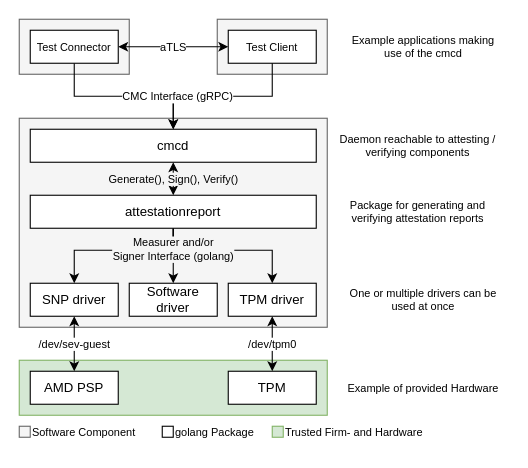
This is doc/architecture.drawio from Fraunhofer-AISEC/cmc, a draw.io file, before an edit. Source tidied: cells renumbered, new cells numbered last; positions are measured from the earlier drawing's top-left corner, leaving out a move shared by most shapes. Both pictures are drawn from the tidied source at 110%, with x=0, y=0 at pixel (19, 19).
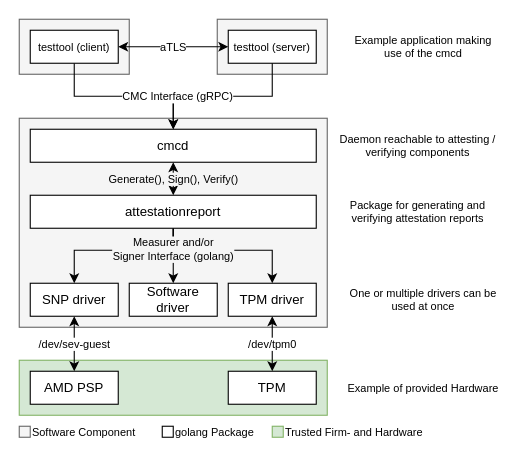
After the change.

Diff of the diagram source:
```diff
@@
-    <mxCell id="18" value="Test Connector" style="rounded=0;whiteSpace=wrap;html=1;fontSize=10;" parent="1" vertex="1">
+    <mxCell id="18" value="testtool (client)" style="rounded=0;whiteSpace=wrap;html=1;fontSize=10;" parent="1" vertex="1">
       <mxGeometry x="10" y="10" width="80" height="30" as="geometry" />
     </mxCell>
-    <mxCell id="19" value="Test Client" style="rounded=0;whiteSpace=wrap;html=1;fontSize=10;" parent="1" vertex="1">
+    <mxCell id="19" value="testtool (server)" style="rounded=0;whiteSpace=wrap;html=1;fontSize=10;" parent="1" vertex="1">
       <mxGeometry x="190" y="10" width="80" height="30" as="geometry" />
     </mxCell>
@@
-    <mxCell id="22" value="Example applications making use of the cmcd" style="text;html=1;strokeColor=none;fillColor=none;align=center;verticalAlign=middle;whiteSpace=wrap;rounded=0;fontSize=10;" parent="1" vertex="1">
+    <mxCell id="22" value="Example application making use of the cmcd" style="text;html=1;strokeColor=none;fillColor=none;align=center;verticalAlign=middle;whiteSpace=wrap;rounded=0;fontSize=10;" parent="1" vertex="1">
       <mxGeometry x="295" y="10" width="145" height="30" as="geometry" />
     </mxCell>
```
